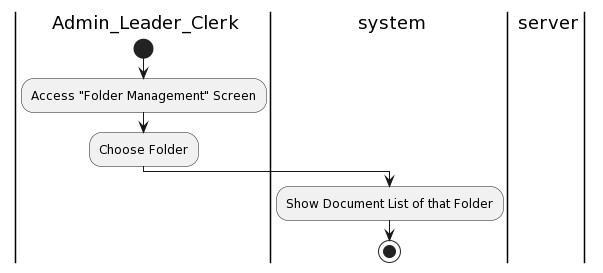
The PlantUML diagram Lab1/Lab1.2/Activity Diagram/Folder/ViewDocumentsinFolder/ViewDocumentsinFolder.png in khoapham1003/SE357-Pratice-class, before a commit.
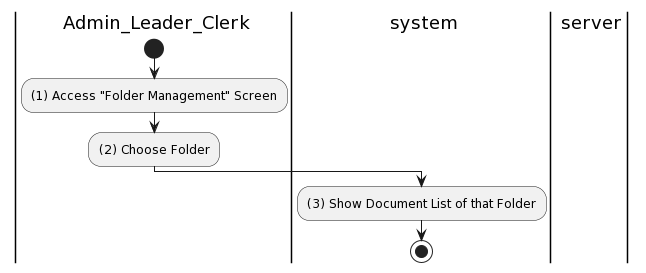
After the commit.

The edit, as a diff of the source:
```diff
@@ -4,10 +4,10 @@
 |ser| server
 |a|
 start
-:Access "Folder Management" Screen;
-:Choose Folder;
+:(1) Access "Folder Management" Screen;
+:(2) Choose Folder;
 |sys|
-:Show Document List of that Folder;
+:(3) Show Document List of that Folder;
 
 
 stop
```
